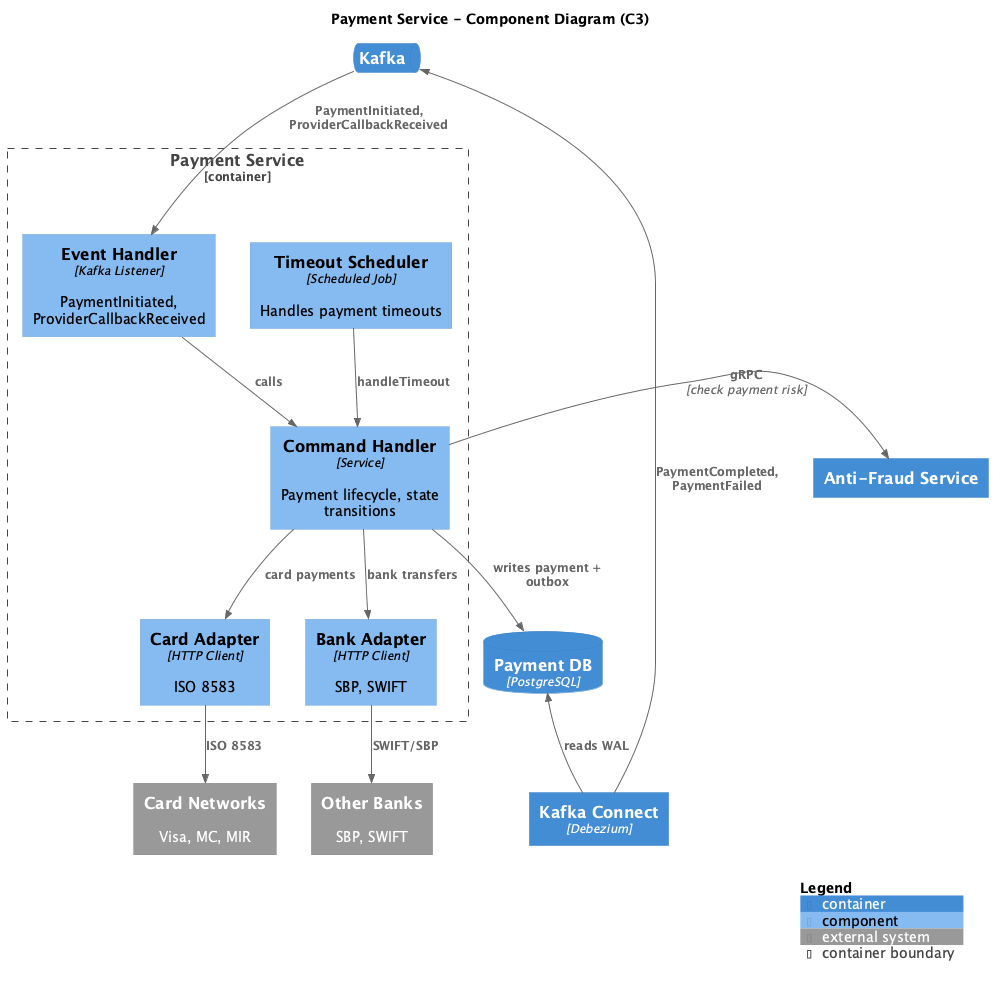
Above: diagrams/c4/c3-payment.png in krsvyat/system-design (PlantUML), before the change.
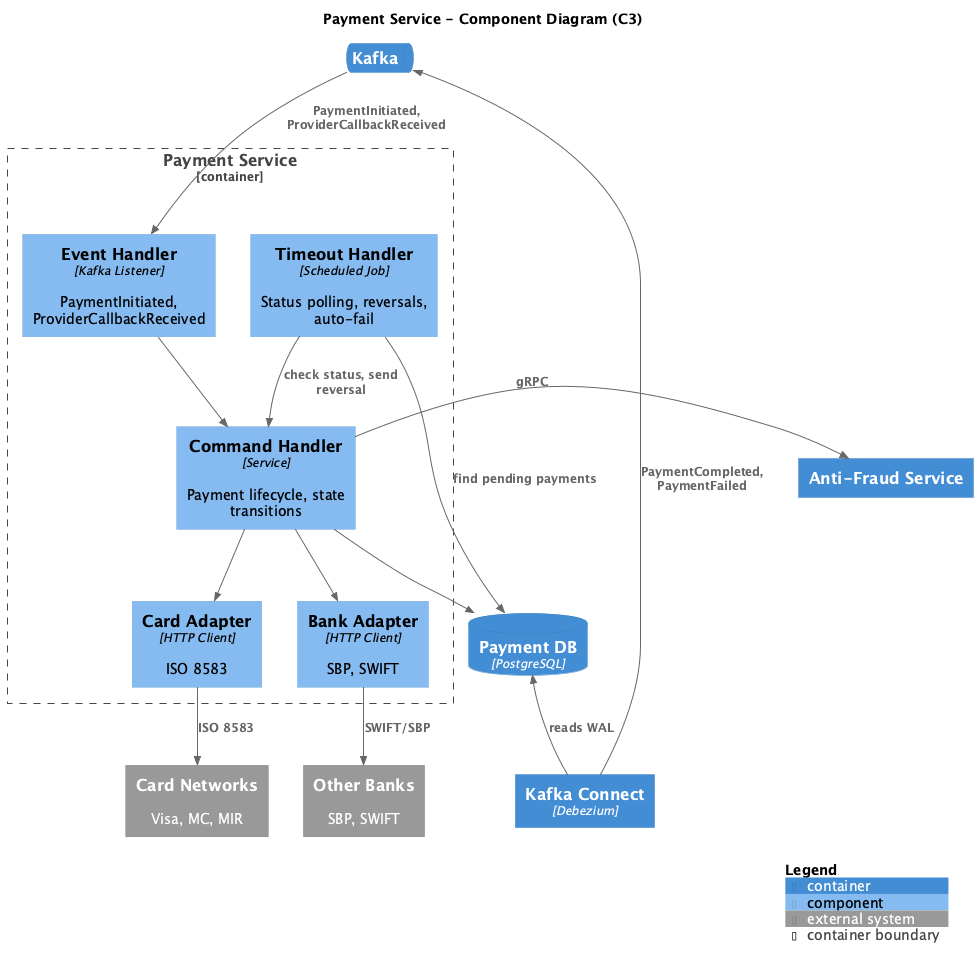
Later version of the same file.

What changed in the source:
```diff
@@ -12,24 +12,24 @@
 
 Container_Boundary(payment, "Payment Service") {
     Component(event_handler, "Event Handler", "Kafka Listener", "PaymentInitiated, ProviderCallbackReceived")
+    Component(timeout_handler, "Timeout Handler", "Scheduled Job", "Status polling, reversals, auto-fail")
     Component(command, "Command Handler", "Service", "Payment lifecycle, state transitions")
     Component(card_adapter, "Card Adapter", "HTTP Client", "ISO 8583")
     Component(bank_adapter, "Bank Adapter", "HTTP Client", "SBP, SWIFT")
-    Component(scheduler, "Timeout Scheduler", "Scheduled Job", "Handles payment timeouts")
 }
 
 Rel_D(kafka, event_handler, "PaymentInitiated, ProviderCallbackReceived")
 
-Rel_D(event_handler, command, "calls")
-Rel_R(command, antifraud, "gRPC", "check payment risk")
-Rel_D(command, card_adapter, "card payments")
-Rel_D(command, bank_adapter, "bank transfers")
-Rel_D(command, db, "writes payment + outbox")
+Rel_D(event_handler, command, "")
+Rel_D(timeout_handler, db, "find pending payments")
+Rel_D(timeout_handler, command, "check status, send reversal")
+Rel_R(command, antifraud, "gRPC")
+Rel_D(command, card_adapter, "")
+Rel_D(command, bank_adapter, "")
+Rel_D(command, db, "")
 
 Rel_D(card_adapter, cards, "ISO 8583")
 Rel_D(bank_adapter, banks, "SWIFT/SBP")
-
-Rel_D(scheduler, command, "handleTimeout")
 
 Rel_U(cdc, db, "reads WAL")
 Rel_U(cdc, kafka, "PaymentCompleted, PaymentFailed")
```
